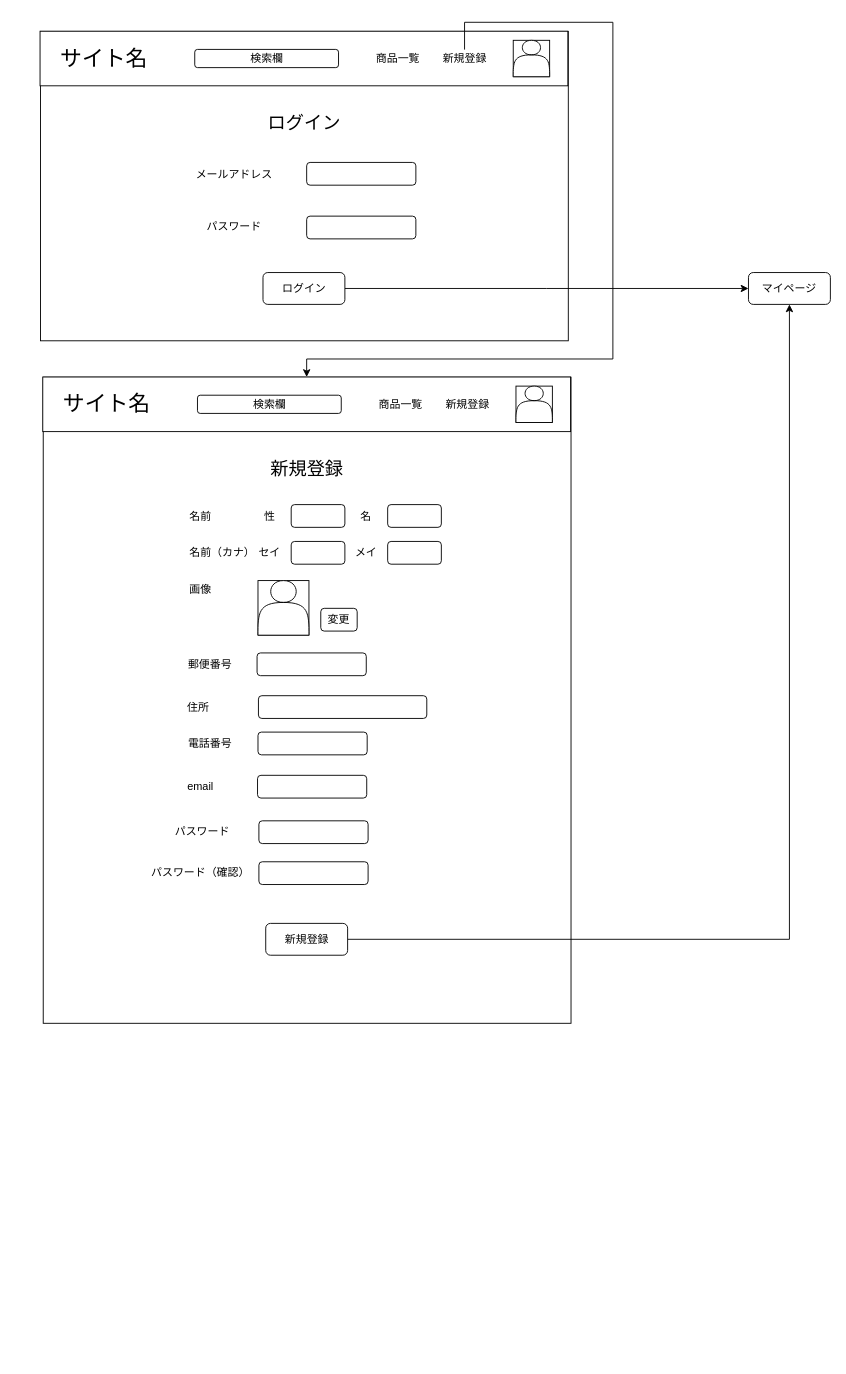
Earlier version of the draw.io diagram page "login" (2 of 3) of EC-site ワイヤーフレーム.drawio (saezurucrow/ec-site). Source tidied: cells renumbered, new cells numbered last; positions are measured from the earlier drawing's top-left corner, leaving out a move shared by most shapes. Both pictures are drawn from the tidied source at 91%, with x=0, y=0 at pixel (40, 22).
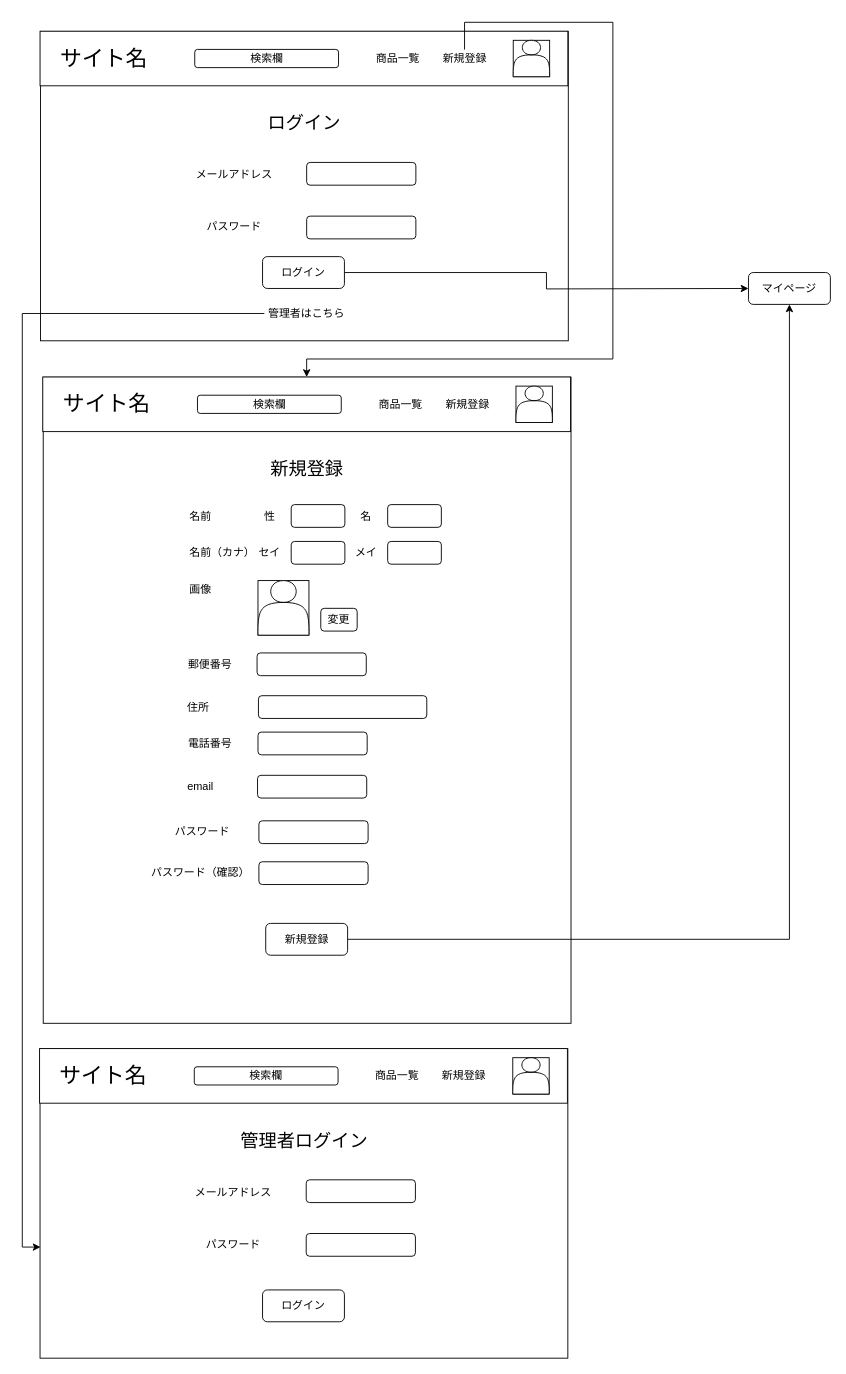
After the change.

What changed in the source:
```diff
@@
     <mxCell id="17" value="ログイン" style="rounded=1;whiteSpace=wrap;html=1;labelBackgroundColor=none;" parent="1" vertex="1">
-      <mxGeometry x="244.5" y="275" width="90" height="35" as="geometry" />
+      <mxGeometry x="244" y="257.5" width="90" height="35" as="geometry" />
     </mxCell>
@@
+    <mxCell id="57" style="rounded=0;whiteSpace=wrap;html=1;" parent="1" vertex="1">
+      <mxGeometry x="-0.5" y="1128" width="580" height="340" as="geometry" />
+    </mxCell>
+    <mxCell id="58" style="rounded=0;whiteSpace=wrap;html=1;" parent="1" vertex="1">
+      <mxGeometry x="-1" y="1127.8" width="580" height="60" as="geometry" />
+    </mxCell>
+    <mxCell id="59" value="&lt;span style=&quot;font-size: 24px&quot;&gt;サイト名&lt;/span&gt;" style="text;html=1;strokeColor=none;fillColor=none;align=center;verticalAlign=middle;whiteSpace=wrap;rounded=0;" parent="1" vertex="1">
+      <mxGeometry x="19" y="1147.8" width="100" height="20" as="geometry" />
+    </mxCell>
+    <mxCell id="60" style="rounded=0;whiteSpace=wrap;html=1;" parent="1" vertex="1">
+      <mxGeometry x="519" y="1137.8" width="40" height="40" as="geometry" />
+    </mxCell>
+    <mxCell id="61" value="商品一覧" style="text;html=1;strokeColor=none;fillColor=none;align=center;verticalAlign=middle;whiteSpace=wrap;rounded=0;" parent="1" vertex="1">
+      <mxGeometry x="347" y="1147.8" width="90" height="20" as="geometry" />
+    </mxCell>
+    <mxCell id="62" value="検索欄" style="rounded=1;whiteSpace=wrap;html=1;" parent="1" vertex="1">
+      <mxGeometry x="169" y="1147.8" width="158" height="20" as="geometry" />
+    </mxCell>
+    <mxCell id="63" style="shape=actor;whiteSpace=wrap;html=1;" parent="1" vertex="1">
+      <mxGeometry x="519" y="1137.8" width="40" height="40" as="geometry" />
+    </mxCell>
+    <mxCell id="64" value="新規登録" style="text;html=1;strokeColor=none;fillColor=none;align=center;verticalAlign=middle;whiteSpace=wrap;rounded=0;" parent="1" vertex="1">
+      <mxGeometry x="437" y="1148" width="57" height="20" as="geometry" />
+    </mxCell>
+    <mxCell id="65" value="管理者ログイン" style="text;html=1;strokeColor=none;fillColor=none;align=center;verticalAlign=middle;whiteSpace=wrap;rounded=0;fontSize=20;" parent="1" vertex="1">
+      <mxGeometry x="219" y="1218" width="142" height="20" as="geometry" />
+    </mxCell>
+    <mxCell id="66" style="rounded=1;whiteSpace=wrap;html=1;labelBackgroundColor=none;" parent="1" vertex="1">
+      <mxGeometry x="292" y="1272" width="120" height="25" as="geometry" />
+    </mxCell>
+    <mxCell id="67" value="メールアドレス" style="text;html=1;strokeColor=none;fillColor=none;align=center;verticalAlign=middle;whiteSpace=wrap;rounded=0;labelBackgroundColor=none;" parent="1" vertex="1">
+      <mxGeometry x="169" y="1275.5" width="86" height="20" as="geometry" />
+    </mxCell>
+    <mxCell id="68" value="パスワード" style="text;html=1;strokeColor=none;fillColor=none;align=center;verticalAlign=middle;whiteSpace=wrap;rounded=0;labelBackgroundColor=none;" parent="1" vertex="1">
+      <mxGeometry x="169" y="1333" width="86" height="20" as="geometry" />
+    </mxCell>
+    <mxCell id="69" style="rounded=1;whiteSpace=wrap;html=1;labelBackgroundColor=none;" parent="1" vertex="1">
+      <mxGeometry x="292" y="1331" width="120" height="25" as="geometry" />
+    </mxCell>
+    <mxCell id="70" value="ログイン" style="rounded=1;whiteSpace=wrap;html=1;labelBackgroundColor=none;" parent="1" vertex="1">
+      <mxGeometry x="244" y="1393" width="90" height="35" as="geometry" />
+    </mxCell>
+    <mxCell id="71" style="edgeStyle=orthogonalEdgeStyle;rounded=0;jettySize=auto;html=1;entryX=0.001;entryY=0.641;entryDx=0;entryDy=0;entryPerimeter=0;" parent="1" edge="1" source="72" target="57">
+      <mxGeometry relative="1" as="geometry">
+        <Array as="points">
+          <mxPoint x="-20" y="320" />
+          <mxPoint x="-20" y="1346" />
+        </Array>
+      </mxGeometry>
+    </mxCell>
+    <mxCell id="72" value="管理者はこちら" style="text;html=1;strokeColor=none;fillColor=none;align=center;verticalAlign=middle;whiteSpace=wrap;rounded=0;" parent="1" vertex="1">
+      <mxGeometry x="246" y="310" width="93" height="20" as="geometry" />
+    </mxCell>
```
